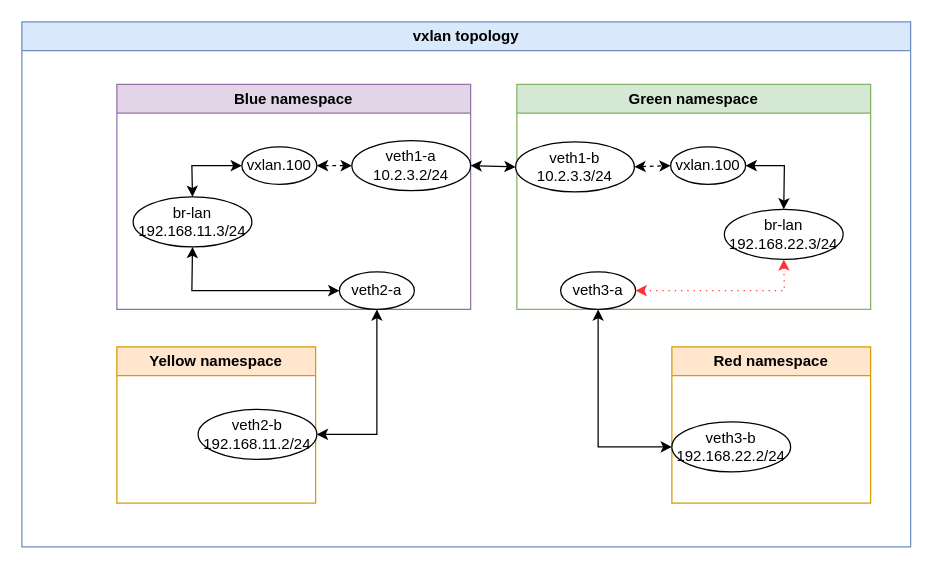
This is Data/vxlan.drawio from HemingT/Diagram, a draw.io file, before an edit. Source tidied: cells renumbered, new cells numbered last; positions are measured from the earlier drawing's top-left corner, leaving out a move shared by most shapes. Both pictures are drawn from the tidied source at 125%, with x=0, y=0 at pixel (21, 21).
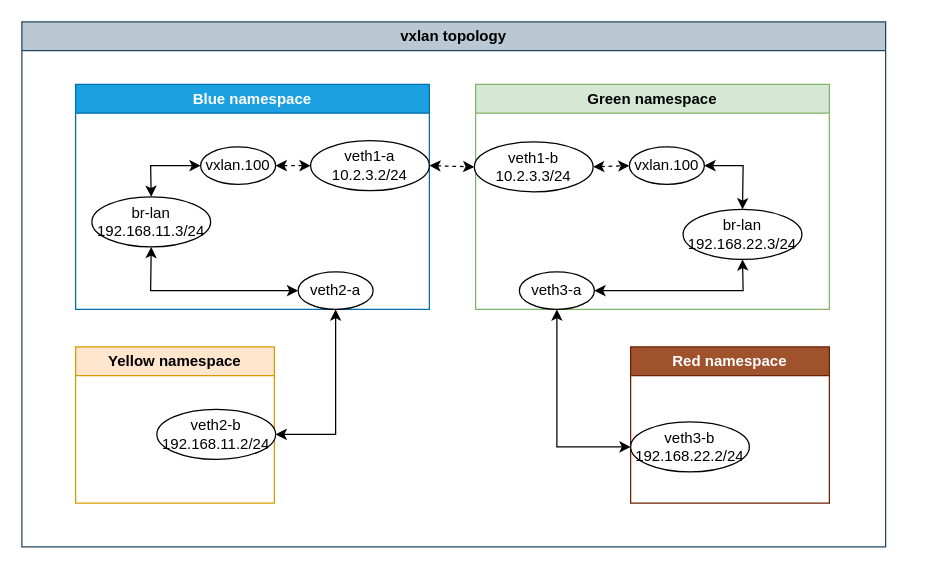
Above is the later version.

The change refers to these unchanged cells:
```xml
<mxCell id="6" value="veth2-a" style="ellipse;whiteSpace=wrap;html=1;" parent="3" vertex="1">
  <mxGeometry x="178" y="150" width="60" height="30" as="geometry" />
</mxCell>
<mxCell id="7" value="veth1-a&lt;div&gt;10.2.3.2/24&lt;/div&gt;" style="ellipse;whiteSpace=wrap;html=1;" parent="3" vertex="1">
  <mxGeometry x="188" y="45" width="95" height="40" as="geometry" />
</mxCell>
<mxCell id="13" value="br-lan&lt;br&gt;192.168.22.3/24" style="ellipse;whiteSpace=wrap;html=1;" parent="11" vertex="1">
  <mxGeometry x="166" y="100" width="95" height="40" as="geometry" />
</mxCell>
<mxCell id="14" value="veth1-b&lt;div&gt;10.2.3.3/24&lt;/div&gt;" style="ellipse;whiteSpace=wrap;html=1;" parent="11" vertex="1">
  <mxGeometry x="-1" y="46" width="95" height="40" as="geometry" />
</mxCell>
<mxCell id="15" value="veth3-a" style="ellipse;whiteSpace=wrap;html=1;" parent="11" vertex="1">
  <mxGeometry x="35" y="150" width="60" height="30" as="geometry" />
</mxCell>
<mxCell id="23" value="veth3-b&lt;div&gt;192.168.22.2/24&lt;/div&gt;" style="ellipse;whiteSpace=wrap;html=1;" parent="22" vertex="1">
  <mxGeometry y="60" width="95" height="40" as="geometry" />
</mxCell>
<mxCell id="25" value="veth2-b&lt;br&gt;192.168.11.2/24" style="ellipse;whiteSpace=wrap;html=1;" parent="24" vertex="1">
  <mxGeometry x="65" y="50" width="95" height="40" as="geometry" />
</mxCell>
```

Diff of the diagram source:
```diff
@@
-    <mxCell id="2" value="vxlan topology" style="swimlane;whiteSpace=wrap;html=1;fillColor=#dae8fc;strokeColor=#6c8ebf;" parent="1" vertex="1">
-      <mxGeometry width="711" height="420" as="geometry" />
+    <mxCell id="2" value="vxlan topology" style="swimlane;whiteSpace=wrap;html=1;fillColor=#bac8d3;strokeColor=#23445d;" parent="1" vertex="1">
+      <mxGeometry width="691" height="420" as="geometry" />
     </mxCell>
-    <mxCell id="3" value="Blue namespace" style="swimlane;whiteSpace=wrap;html=1;fillColor=#e1d5e7;strokeColor=#9673a6;" parent="2" vertex="1">
-      <mxGeometry x="76" y="50" width="283" height="180" as="geometry" />
+    <mxCell id="3" value="Blue namespace" style="swimlane;whiteSpace=wrap;html=1;fillColor=#1ba1e2;strokeColor=#006EAF;fontColor=#ffffff;" parent="2" vertex="1">
+      <mxGeometry x="43" y="50" width="283" height="180" as="geometry" />
     </mxCell>
@@
     <mxCell id="11" value="Green namespace" style="swimlane;whiteSpace=wrap;html=1;fillColor=#d5e8d4;strokeColor=#82b366;" parent="2" vertex="1">
-      <mxGeometry x="396" y="50" width="283" height="180" as="geometry" />
+      <mxGeometry x="363" y="50" width="283" height="180" as="geometry" />
     </mxCell>
@@
-    <mxCell id="17" style="endArrow=classic;startArrow=classic;html=1;rounded=0;entryX=0.5;entryY=1;entryDx=0;entryDy=0;exitX=1;exitY=0.5;exitDx=0;exitDy=0;strokeColor=light-dark(#FF3333,#EDEDED);dashed=1;dashPattern=1 4;" parent="11" edge="1" source="15" target="13">
+    <mxCell id="17" style="endArrow=classic;startArrow=classic;html=1;rounded=0;entryX=0.5;entryY=1;entryDx=0;entryDy=0;exitX=1;exitY=0.5;exitDx=0;exitDy=0;strokeColor=light-dark(#050505,#EDEDED);" parent="11" edge="1" source="15" target="13">
       <mxGeometry relative="1" as="geometry">
         <Array as="points">
           <mxPoint x="214" y="165" />
         </Array>
       </mxGeometry>
     </mxCell>
@@
     <mxCell id="19" style="endArrow=classic;startArrow=classic;html=1;rounded=0;exitX=1;exitY=0.5;exitDx=0;exitDy=0;entryX=0.5;entryY=1;entryDx=0;entryDy=0;" parent="2" edge="1" source="25" target="6">
       <mxGeometry relative="1" as="geometry">
         <Array as="points">
-          <mxPoint x="284" y="330" />
+          <mxPoint x="251" y="330" />
         </Array>
       </mxGeometry>
     </mxCell>
-    <mxCell id="20" style="endArrow=classic;startArrow=classic;html=1;rounded=0;entryX=0;entryY=0.5;entryDx=0;entryDy=0;exitX=1;exitY=0.5;exitDx=0;exitDy=0;" parent="2" edge="1" source="7" target="14">
+    <mxCell id="20" style="endArrow=classic;startArrow=classic;html=1;rounded=0;entryX=0;entryY=0.5;entryDx=0;entryDy=0;exitX=1;exitY=0.5;exitDx=0;exitDy=0;dashed=1;" parent="2" edge="1" source="7" target="14">
       <mxGeometry relative="1" as="geometry" />
     </mxCell>
     <mxCell id="21" style="endArrow=classic;startArrow=classic;html=1;rounded=0;exitX=0;exitY=0.5;exitDx=0;exitDy=0;entryX=0.5;entryY=1;entryDx=0;entryDy=0;" parent="2" edge="1" source="23" target="15">
       <mxGeometry relative="1" as="geometry">
         <Array as="points">
-          <mxPoint x="461" y="340" />
+          <mxPoint x="428" y="340" />
         </Array>
       </mxGeometry>
     </mxCell>
-    <mxCell id="22" value="Red namespace" style="swimlane;whiteSpace=wrap;html=1;fillColor=#ffe6cc;strokeColor=#d79b00;" parent="2" vertex="1">
-      <mxGeometry x="520" y="260" width="159" height="125" as="geometry" />
+    <mxCell id="22" value="Red namespace" style="swimlane;whiteSpace=wrap;html=1;fillColor=#a0522d;strokeColor=#6D1F00;fontColor=#ffffff;" parent="2" vertex="1">
+      <mxGeometry x="487" y="260" width="159" height="125" as="geometry" />
     </mxCell>
@@
     <mxCell id="24" value="Yellow namespace" style="swimlane;whiteSpace=wrap;html=1;fillColor=#ffe6cc;strokeColor=#d79b00;" parent="2" vertex="1">
-      <mxGeometry x="76" y="260" width="159" height="125" as="geometry" />
+      <mxGeometry x="43" y="260" width="159" height="125" as="geometry" />
     </mxCell>
```
